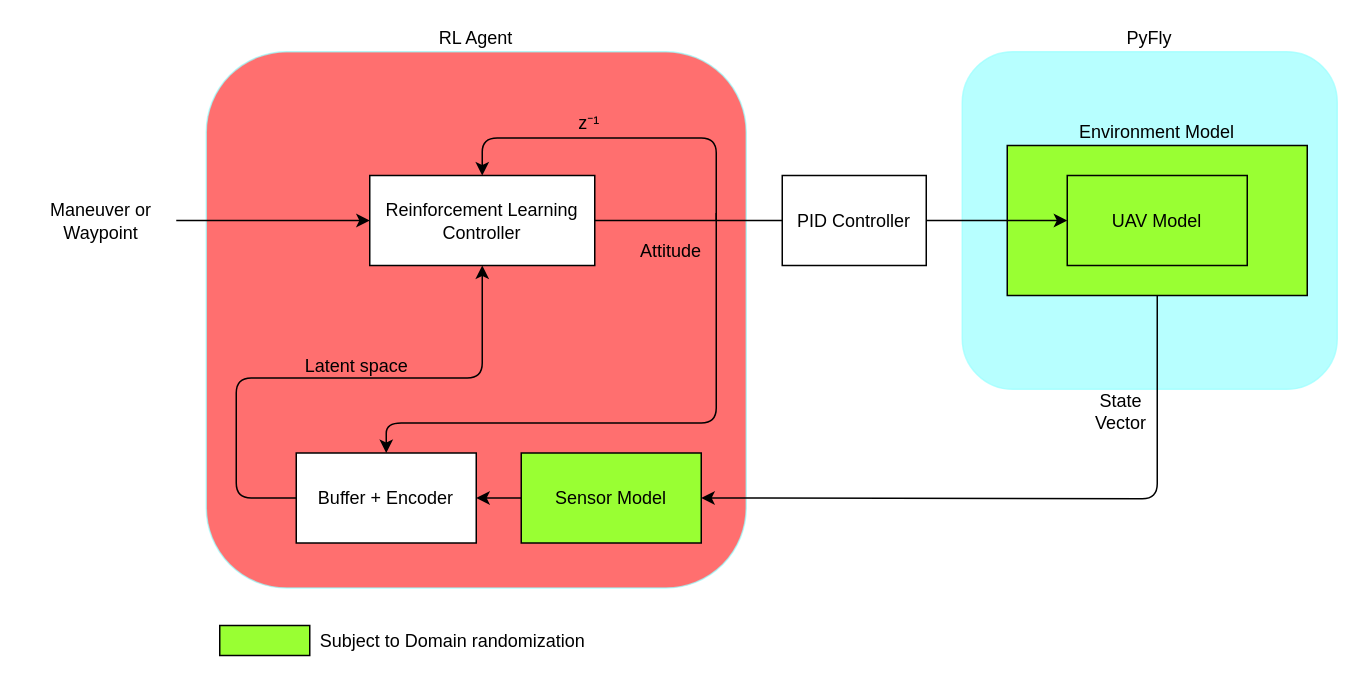
The draw.io diagram page "Magpy with PID" (1 of 3) of magpie/Architecture.drawio in MoritzSchueler96/TUM_ADLR_Deep_Reinforcement_Learning, before the edit. Source tidied: cells renumbered, new cells numbered last; positions are measured from the earlier drawing's top-left corner, leaving out a move shared by most shapes. Both pictures are drawn from the tidied source at 150%, with x=0, y=0 at pixel (26, 51).
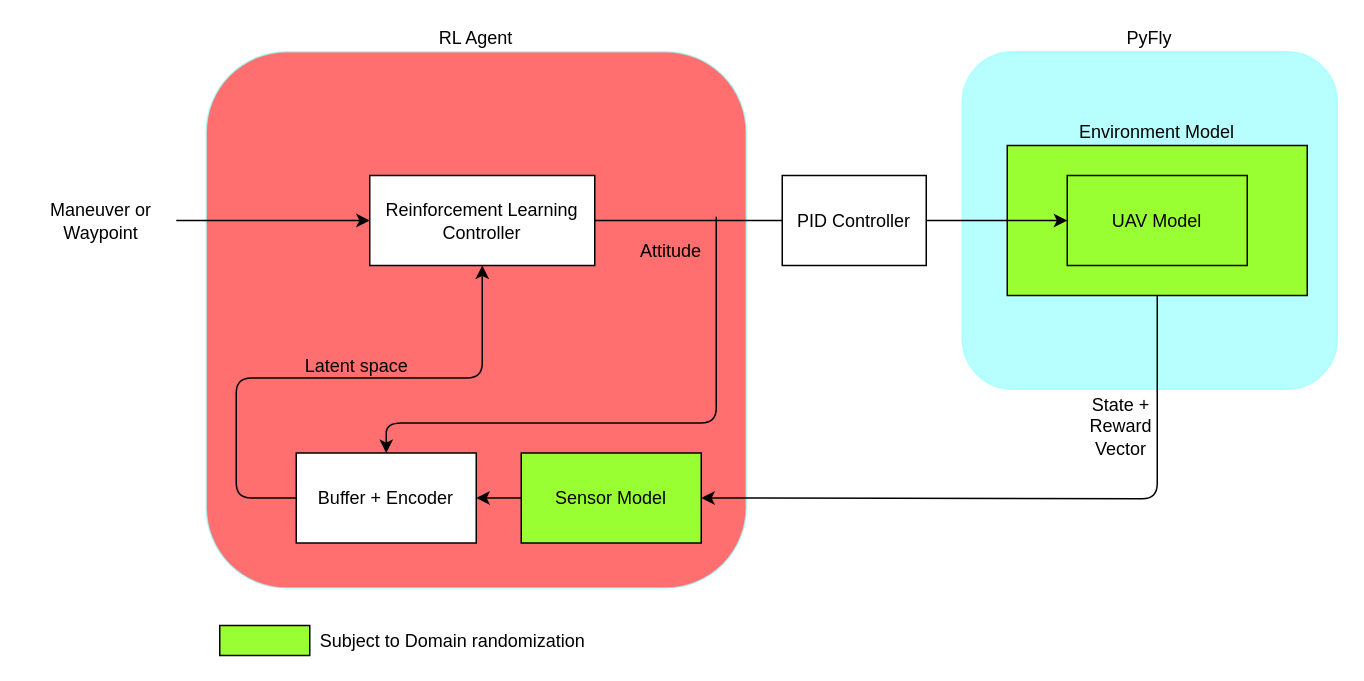
Above is the later version.

Unchanged cells that the change refers to:
```xml
<mxCell id="4" value="Reinforcement Learning Controller" style="rounded=0;whiteSpace=wrap;html=1;" parent="1" vertex="1">
  <mxGeometry x="229" y="82.5" width="150" height="60" as="geometry" />
</mxCell>
<mxCell id="11" value="Buffer + Encoder" style="rounded=0;whiteSpace=wrap;html=1;" parent="1" vertex="1">
  <mxGeometry x="180" y="267.5" width="120" height="60" as="geometry" />
</mxCell>
```

Diff of the diagram source:
```diff
@@
-    <mxCell id="15" value="State Vector" style="text;html=1;strokeColor=none;fillColor=none;align=center;verticalAlign=middle;whiteSpace=wrap;rounded=0;labelBackgroundColor=none;opacity=70;" parent="1" vertex="1">
-      <mxGeometry x="710" y="230" width="40" height="20" as="geometry" />
+    <mxCell id="15" value="State + Reward Vector" style="text;html=1;strokeColor=none;fillColor=none;align=center;verticalAlign=middle;whiteSpace=wrap;rounded=0;labelBackgroundColor=none;opacity=70;" parent="1" vertex="1">
+      <mxGeometry x="710" y="240" width="40" height="20" as="geometry" />
     </mxCell>
@@
-    <mxCell id="19" style="endArrow=classic;html=1;strokeWidth=1;entryX=0.5;entryY=0;entryDx=0;entryDy=0;" parent="1" edge="1" target="4">
-      <mxGeometry relative="1" as="geometry">
-        <mxPoint x="460" y="112.5" as="sourcePoint" />
-        <Array as="points">
-          <mxPoint x="460" y="57.5" />
-          <mxPoint x="304" y="57.5" />
-        </Array>
-      </mxGeometry>
-    </mxCell>
     <mxCell id="20" style="endArrow=classic;html=1;strokeWidth=1;entryX=0.5;entryY=0;entryDx=0;entryDy=0;" parent="1" edge="1" target="11">
       <mxGeometry relative="1" as="geometry">
-        <mxPoint x="460" y="107.5" as="sourcePoint" />
+        <mxPoint x="460" y="110" as="sourcePoint" />
         <Array as="points">
           <mxPoint x="460" y="247.5" />
           <mxPoint x="240" y="247.5" />
         </Array>
       </mxGeometry>
     </mxCell>
-    <mxCell id="21" value="z⁻¹" style="text;html=1;align=center;verticalAlign=middle;" parent="1" vertex="1">
-      <mxGeometry x="360" y="37.5" width="30" height="20" as="geometry" />
-    </mxCell>
```
